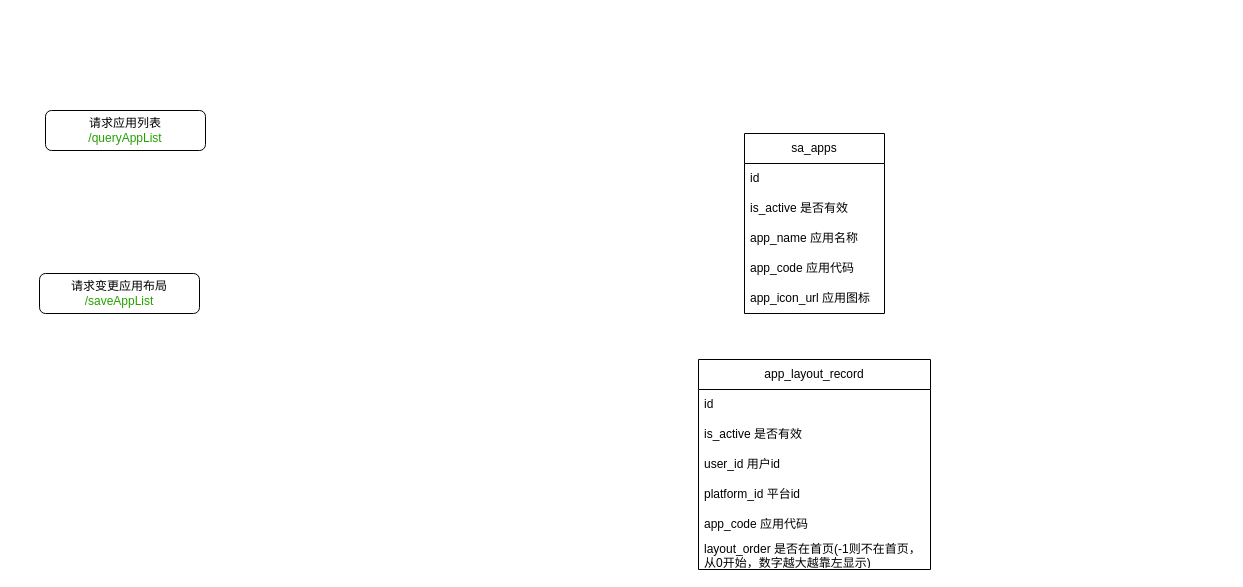
Earlier version of the draw.io diagram 应用中心执行流程.drawio (RK-JD/DrawIO). Source tidied: cells renumbered, new cells numbered last; positions are measured from the earlier drawing's top-left corner, leaving out a move shared by most shapes. Both pictures are drawn from the tidied source at 100%, with x=0, y=0 at pixel (39, 110).
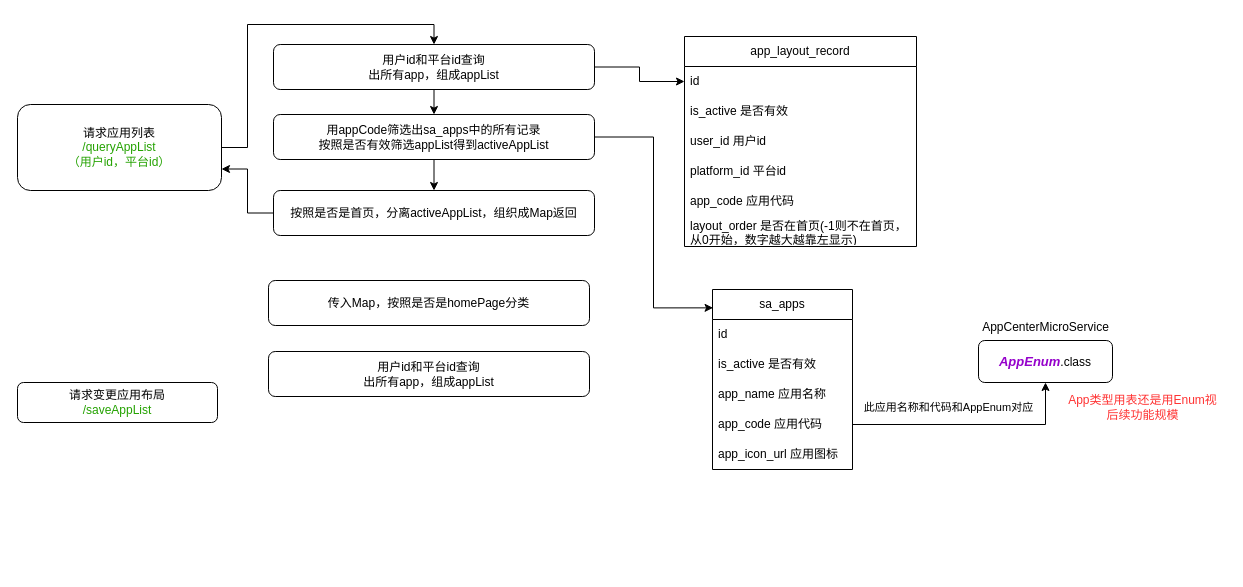
After the change.

Commit message:
更新应用中心执行流程.drawio

Unchanged cells that the change refers to:
```xml
<mxCell id="8" value="app_code 应用代码" style="text;strokeColor=none;fillColor=none;align=left;verticalAlign=middle;spacingLeft=4;spacingRight=4;overflow=hidden;points=[[0,0.5],[1,0.5]];portConstraint=eastwest;whiteSpace=wrap;html=1;" parent="4" vertex="1">
  <mxGeometry y="120" width="140" height="30" as="geometry" />
</mxCell>
<mxCell id="11" value="id" style="text;strokeColor=none;fillColor=none;align=left;verticalAlign=middle;spacingLeft=4;spacingRight=4;overflow=hidden;points=[[0,0.5],[1,0.5]];portConstraint=eastwest;whiteSpace=wrap;html=1;" parent="10" vertex="1">
  <mxGeometry y="30" width="232" height="30" as="geometry" />
</mxCell>
```

What changed in the source:
```diff
@@
+    <mxCell id="17" style="edgeStyle=orthogonalEdgeStyle;rounded=0;jettySize=auto;html=1;exitX=1;exitY=0.5;exitDx=0;exitDy=0;entryX=0.5;entryY=0;entryDx=0;entryDy=0;" parent="1" edge="1" source="2" target="20">
+      <mxGeometry relative="1" as="geometry" />
+    </mxCell>
-    <mxCell id="2" value="请求应用列表&lt;div&gt;&lt;font color=&quot;#24a201&quot;&gt;/queryAppList&lt;/font&gt;&lt;/div&gt;" style="rounded=1;whiteSpace=wrap;html=1;" parent="1" vertex="1">
-      <mxGeometry x="6" width="160" height="40" as="geometry" />
+    <mxCell id="2" value="请求应用列表&lt;div&gt;&lt;font color=&quot;#24a201&quot;&gt;/queryAppList&lt;/font&gt;&lt;/div&gt;&lt;div&gt;&lt;font color=&quot;#24a201&quot;&gt;（用户id，平台id）&lt;/font&gt;&lt;/div&gt;" style="rounded=1;whiteSpace=wrap;html=1;" parent="1" vertex="1">
+      <mxGeometry x="-22" y="-6" width="204" height="86" as="geometry" />
     </mxCell>
     <mxCell id="3" value="请求变更应用布局&lt;div&gt;&lt;font color=&quot;#24a201&quot;&gt;/saveAppList&lt;/font&gt;&lt;/div&gt;" style="rounded=1;whiteSpace=wrap;html=1;" parent="1" vertex="1">
-      <mxGeometry y="163" width="160" height="40" as="geometry" />
+      <mxGeometry x="-22" y="272" width="200" height="40" as="geometry" />
     </mxCell>
     <mxCell id="4" value="sa_apps" style="swimlane;fontStyle=0;horizontal=1;startSize=30;whiteSpace=wrap;html=1;" parent="1" vertex="1">
-      <mxGeometry x="705" y="23" width="140" height="180" as="geometry" />
+      <mxGeometry x="673" y="179" width="140" height="180" as="geometry" />
     </mxCell>
@@
     <mxCell id="10" value="app_layout_record" style="swimlane;fontStyle=0;horizontal=1;startSize=30;whiteSpace=wrap;html=1;" parent="1" vertex="1">
-      <mxGeometry x="659" y="249" width="232" height="210" as="geometry" />
+      <mxGeometry x="645" y="-74" width="232" height="210" as="geometry" />
     </mxCell>
@@
+    <mxCell id="18" style="edgeStyle=orthogonalEdgeStyle;rounded=0;jettySize=auto;html=1;exitX=1;exitY=0.5;exitDx=0;exitDy=0;entryX=0;entryY=0.5;entryDx=0;entryDy=0;" parent="1" edge="1" source="20" target="11">
+      <mxGeometry relative="1" as="geometry" />
+    </mxCell>
+    <mxCell id="19" style="edgeStyle=orthogonalEdgeStyle;rounded=0;jettySize=auto;html=1;exitX=0.5;exitY=1;exitDx=0;exitDy=0;entryX=0.5;entryY=0;entryDx=0;entryDy=0;" parent="1" edge="1" source="20" target="22">
+      <mxGeometry relative="1" as="geometry" />
+    </mxCell>
+    <mxCell id="20" value="用户id和平台id查询&lt;div&gt;出所有app，组成appList&lt;/div&gt;" style="rounded=1;whiteSpace=wrap;html=1;" parent="1" vertex="1">
+      <mxGeometry x="234" y="-66" width="321" height="45" as="geometry" />
+    </mxCell>
+    <mxCell id="21" style="edgeStyle=orthogonalEdgeStyle;rounded=0;jettySize=auto;html=1;exitX=0.5;exitY=1;exitDx=0;exitDy=0;entryX=0.5;entryY=0;entryDx=0;entryDy=0;" parent="1" edge="1" source="22" target="29">
+      <mxGeometry relative="1" as="geometry" />
+    </mxCell>
+    <mxCell id="22" value="用appCode筛选出sa_apps中的所有记录&lt;div&gt;按照是否有效筛选appList得到activeAppList&lt;/div&gt;" style="rounded=1;whiteSpace=wrap;html=1;" parent="1" vertex="1">
+      <mxGeometry x="234" y="4" width="321" height="45" as="geometry" />
+    </mxCell>
+    <mxCell id="23" value="&lt;i&gt;&lt;font style=&quot;font-size: 13px;&quot; color=&quot;#9501cb&quot;&gt;&lt;b&gt;AppEnum&lt;/b&gt;&lt;/font&gt;&lt;/i&gt;.class" style="rounded=1;whiteSpace=wrap;html=1;" parent="1" vertex="1">
+      <mxGeometry x="939" y="230" width="134" height="42" as="geometry" />
+    </mxCell>
+    <mxCell id="24" style="edgeStyle=orthogonalEdgeStyle;rounded=0;jettySize=auto;html=1;exitX=1;exitY=0.5;exitDx=0;exitDy=0;strokeColor=default;" parent="1" edge="1" source="8" target="23">
+      <mxGeometry relative="1" as="geometry" />
+    </mxCell>
+    <mxCell id="25" value="&lt;span style=&quot;font-size: 11px;&quot;&gt;此应用名称和代码和AppEnum对应&lt;/span&gt;" style="text;html=1;align=center;verticalAlign=middle;strokeColor=none;fillColor=none;" parent="1" vertex="1">
+      <mxGeometry x="815" y="284" width="187" height="26" as="geometry" />
+    </mxCell>
+    <mxCell id="26" value="AppCenterMicroService" style="text;html=1;align=center;verticalAlign=middle;strokeColor=none;fillColor=none;" parent="1" vertex="1">
+      <mxGeometry x="933.5" y="204" width="145" height="26" as="geometry" />
+    </mxCell>
+    <mxCell id="27" style="edgeStyle=orthogonalEdgeStyle;rounded=0;jettySize=auto;html=1;exitX=1;exitY=0.5;exitDx=0;exitDy=0;entryX=0.004;entryY=0.102;entryDx=0;entryDy=0;entryPerimeter=0;" parent="1" edge="1" source="22" target="4">
+      <mxGeometry relative="1" as="geometry" />
+    </mxCell>
+    <mxCell id="28" style="edgeStyle=orthogonalEdgeStyle;rounded=0;jettySize=auto;html=1;exitX=0;exitY=0.5;exitDx=0;exitDy=0;entryX=1;entryY=0.75;entryDx=0;entryDy=0;" parent="1" edge="1" source="29" target="2">
+      <mxGeometry relative="1" as="geometry" />
+    </mxCell>
+    <mxCell id="29" value="&lt;div&gt;按照是否是首页，分离activeAppList，组织成Map返回&lt;/div&gt;" style="rounded=1;whiteSpace=wrap;html=1;" parent="1" vertex="1">
+      <mxGeometry x="234" y="80" width="321" height="45" as="geometry" />
+    </mxCell>
+    <mxCell id="30" value="传入Map，按照是否是homePage分类" style="rounded=1;whiteSpace=wrap;html=1;" parent="1" vertex="1">
+      <mxGeometry x="229" y="170" width="321" height="45" as="geometry" />
+    </mxCell>
+    <mxCell id="31" value="App类型用表还是用Enum视&lt;div&gt;后续功能规模&lt;/div&gt;" style="text;html=1;align=center;verticalAlign=middle;strokeColor=none;fillColor=none;fontColor=#FF3333;" parent="1" vertex="1">
+      <mxGeometry x="1019" y="276.5" width="167" height="41" as="geometry" />
+    </mxCell>
+    <mxCell id="32" value="用户id和平台id查询&lt;div&gt;出所有app，组成appList&lt;/div&gt;" style="rounded=1;whiteSpace=wrap;html=1;" parent="1" vertex="1">
+      <mxGeometry x="229" y="241" width="321" height="45" as="geometry" />
+    </mxCell>
```
